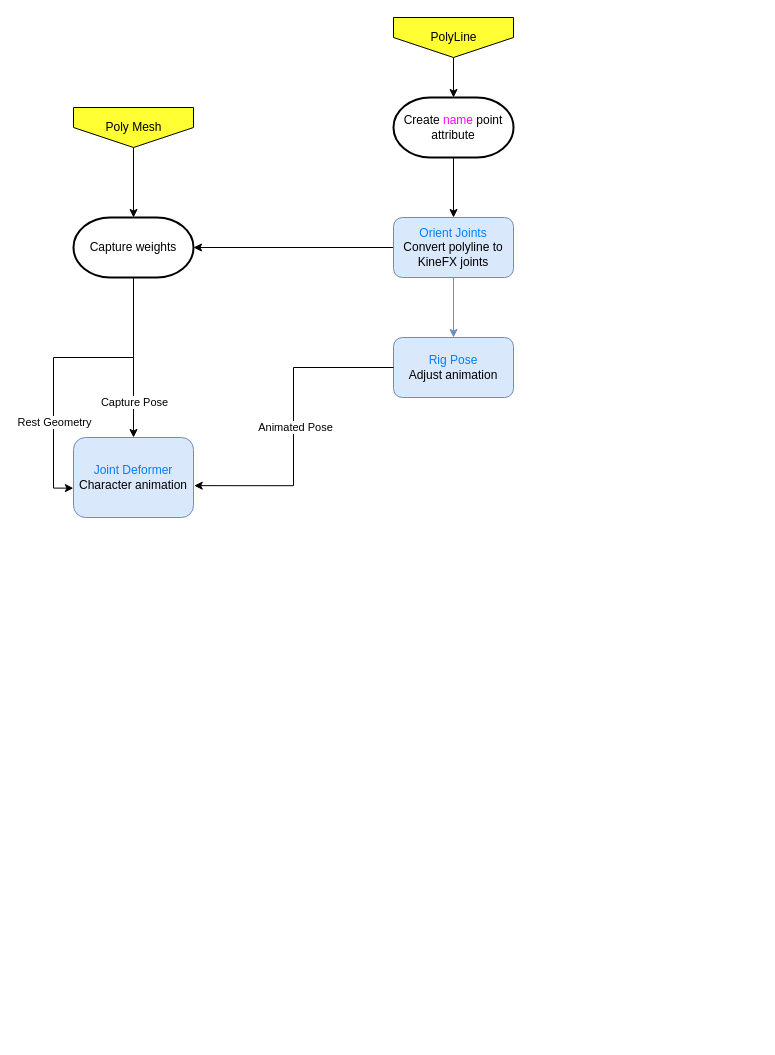
Above: crowd_workflow.drawio in chordee/workflow.note (draw.io), before the change. Source tidied: cells renumbered, new cells numbered last; positions are measured from the earlier drawing's top-left corner, leaving out a move shared by most shapes. Both pictures are drawn from the tidied source at 100%, with x=0, y=0 at pixel (73, 17).
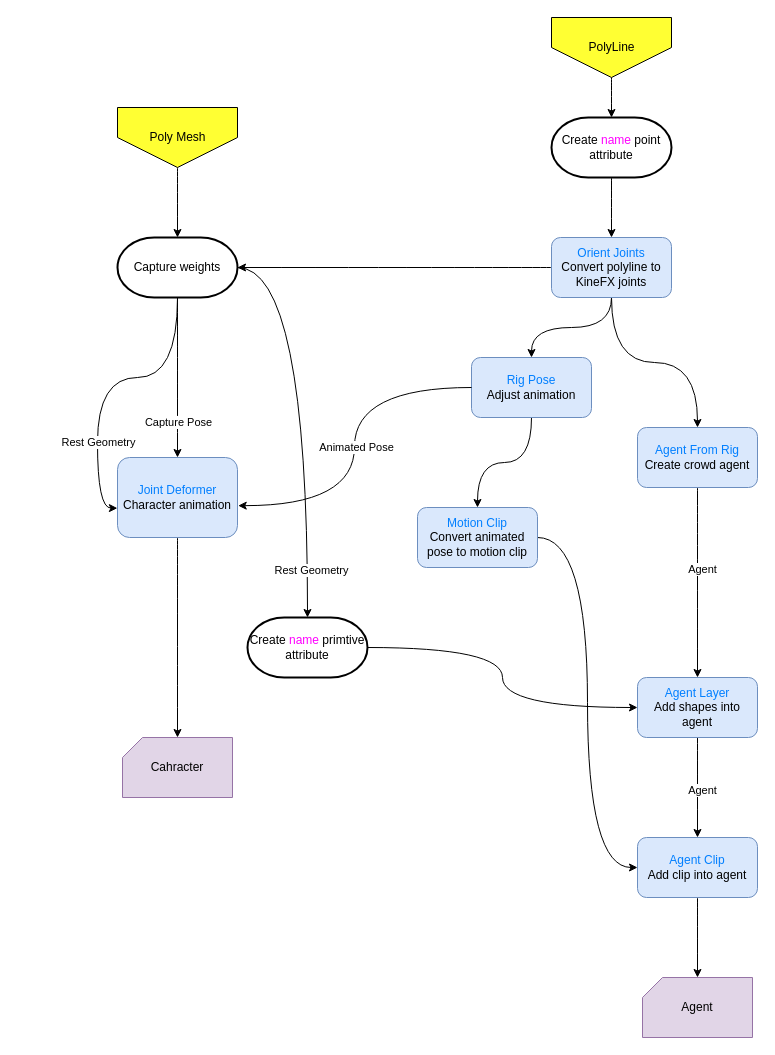
The same diagram, later.

What changed in the source:
```diff
@@
-    <mxCell id="2" style="edgeStyle=orthogonalEdgeStyle;rounded=0;jettySize=auto;html=1;" parent="1" edge="1" source="3" target="5">
+    <mxCell id="2" style="edgeStyle=orthogonalEdgeStyle;rounded=0;jettySize=auto;html=1;curved=1;" parent="1" edge="1" source="3" target="5">
       <mxGeometry relative="1" as="geometry" />
     </mxCell>
     <mxCell id="3" value="PolyLine" style="verticalLabelPosition=middle;verticalAlign=middle;html=1;shape=offPageConnector;rounded=0;size=0.5;labelPosition=center;align=center;labelBackgroundColor=none;fillColor=#FFFF33;" parent="1" vertex="1">
-      <mxGeometry x="320" width="120" height="40" as="geometry" />
+      <mxGeometry x="478" width="120" height="60" as="geometry" />
     </mxCell>
-    <mxCell id="4" style="edgeStyle=orthogonalEdgeStyle;rounded=0;jettySize=auto;html=1;" parent="1" edge="1" source="5" target="8">
+    <mxCell id="4" style="edgeStyle=orthogonalEdgeStyle;rounded=0;jettySize=auto;html=1;curved=1;" parent="1" edge="1" source="5" target="8">
       <mxGeometry relative="1" as="geometry" />
     </mxCell>
     <mxCell id="5" value="Create &lt;font color=&quot;#ff00ff&quot;&gt;name&lt;/font&gt; point attribute" style="strokeWidth=2;html=1;shape=mxgraph.flowchart.terminator;whiteSpace=wrap;" parent="1" vertex="1">
-      <mxGeometry x="320" y="80" width="120" height="60" as="geometry" />
+      <mxGeometry x="478" y="100" width="120" height="60" as="geometry" />
     </mxCell>
-    <mxCell id="6" style="edgeStyle=orthogonalEdgeStyle;rounded=0;jettySize=auto;html=1;fillColor=#dae8fc;strokeColor=#6c8ebf;" parent="1" edge="1" source="8" target="9">
+    <mxCell id="6" style="edgeStyle=orthogonalEdgeStyle;rounded=0;jettySize=auto;html=1;fillColor=#dae8fc;strokeColor=#000000;curved=1;" parent="1" edge="1" source="8" target="9">
       <mxGeometry relative="1" as="geometry" />
     </mxCell>
-    <mxCell id="7" style="edgeStyle=orthogonalEdgeStyle;rounded=0;jettySize=auto;html=1;" parent="1" edge="1" source="8" target="14">
+    <mxCell id="7" style="edgeStyle=orthogonalEdgeStyle;rounded=0;jettySize=auto;html=1;curved=1;" parent="1" edge="1" source="8" target="14">
       <mxGeometry relative="1" as="geometry" />
     </mxCell>
+    <mxCell id="20" style="edgeStyle=orthogonalEdgeStyle;rounded=0;jettySize=auto;html=1;curved=1;" parent="1" edge="1" source="8" target="31">
+      <mxGeometry relative="1" as="geometry" />
+    </mxCell>
     <mxCell id="8" value="&lt;font color=&quot;#007fff&quot;&gt;Orient Joints&lt;/font&gt;&lt;div&gt;Convert polyline to KineFX joints&lt;/div&gt;" style="rounded=1;whiteSpace=wrap;html=1;fillColor=#dae8fc;strokeColor=#6c8ebf;" parent="1" vertex="1">
-      <mxGeometry x="320" y="200" width="120" height="60" as="geometry" />
+      <mxGeometry x="478" y="220" width="120" height="60" as="geometry" />
     </mxCell>
+    <mxCell id="21" style="edgeStyle=orthogonalEdgeStyle;rounded=0;jettySize=auto;html=1;curved=1;" parent="1" edge="1" source="9" target="26">
+      <mxGeometry relative="1" as="geometry" />
+    </mxCell>
     <mxCell id="9" value="&lt;font color=&quot;#007fff&quot;&gt;Rig Pose&lt;/font&gt;&lt;div&gt;Adjust animation&lt;/div&gt;" style="rounded=1;whiteSpace=wrap;html=1;fillColor=#dae8fc;strokeColor=#6c8ebf;" parent="1" vertex="1">
-      <mxGeometry x="320" y="320" width="120" height="60" as="geometry" />
+      <mxGeometry x="398" y="340" width="120" height="60" as="geometry" />
     </mxCell>
-    <mxCell id="10" style="edgeStyle=orthogonalEdgeStyle;rounded=0;jettySize=auto;html=1;" parent="1" edge="1" source="11" target="14">
+    <mxCell id="10" style="edgeStyle=orthogonalEdgeStyle;rounded=0;jettySize=auto;html=1;curved=1;" parent="1" edge="1" source="11" target="14">
       <mxGeometry relative="1" as="geometry" />
     </mxCell>
     <mxCell id="11" value="Poly Mesh" style="verticalLabelPosition=middle;verticalAlign=middle;html=1;shape=offPageConnector;rounded=0;size=0.5;labelPosition=center;align=center;labelBackgroundColor=none;fillColor=#FFFF33;" parent="1" vertex="1">
-      <mxGeometry y="90" width="120" height="40" as="geometry" />
+      <mxGeometry x="44" y="90" width="120" height="60" as="geometry" />
     </mxCell>
-    <mxCell id="12" style="edgeStyle=orthogonalEdgeStyle;rounded=0;jettySize=auto;html=1;" parent="1" edge="1" source="14" target="15">
+    <mxCell id="12" style="edgeStyle=orthogonalEdgeStyle;rounded=0;jettySize=auto;html=1;curved=1;" parent="1" edge="1" source="14" target="15">
       <mxGeometry relative="1" as="geometry" />
     </mxCell>
@@
+    <mxCell id="22" style="edgeStyle=orthogonalEdgeStyle;rounded=0;jettySize=auto;html=1;curved=1;" parent="1" edge="1" source="14" target="28">
+      <mxGeometry relative="1" as="geometry" />
+    </mxCell>
+    <mxCell id="23" value="Rest Geometry" style="edgeLabel;html=1;align=center;verticalAlign=middle;" parent="22" vertex="1">
+      <mxGeometry x="0.77" y="3" relative="1" as="geometry" />
+    </mxCell>
     <mxCell id="14" value="Capture weights" style="strokeWidth=2;html=1;shape=mxgraph.flowchart.terminator;whiteSpace=wrap;" parent="1" vertex="1">
-      <mxGeometry y="200" width="120" height="60" as="geometry" />
+      <mxGeometry x="44" y="220" width="120" height="60" as="geometry" />
     </mxCell>
+    <mxCell id="24" style="edgeStyle=orthogonalEdgeStyle;rounded=0;jettySize=auto;html=1;curved=1;" parent="1" edge="1" source="15" target="38">
+      <mxGeometry relative="1" as="geometry" />
+    </mxCell>
     <mxCell id="15" value="&lt;font color=&quot;#007fff&quot;&gt;Joint Deformer&lt;/font&gt;&lt;div&gt;Character animation&lt;/div&gt;" style="rounded=1;whiteSpace=wrap;html=1;fillColor=#dae8fc;strokeColor=#6c8ebf;" parent="1" vertex="1">
-      <mxGeometry y="420" width="120" height="80" as="geometry" />
+      <mxGeometry x="44" y="440" width="120" height="80" as="geometry" />
     </mxCell>
-    <mxCell id="16" style="edgeStyle=orthogonalEdgeStyle;rounded=0;jettySize=auto;html=1;entryX=-0.001;entryY=0.633;entryDx=0;entryDy=0;entryPerimeter=0;" parent="1" edge="1" source="14" target="15">
+    <mxCell id="16" style="edgeStyle=orthogonalEdgeStyle;rounded=0;jettySize=auto;html=1;entryX=-0.001;entryY=0.633;entryDx=0;entryDy=0;entryPerimeter=0;curved=1;" parent="1" edge="1" source="14" target="15">
       <mxGeometry relative="1" as="geometry" />
     </mxCell>
@@
-    <mxCell id="18" style="edgeStyle=orthogonalEdgeStyle;rounded=0;jettySize=auto;html=1;entryX=1.006;entryY=0.602;entryDx=0;entryDy=0;entryPerimeter=0;" parent="1" edge="1" source="9" target="15">
+    <mxCell id="18" style="edgeStyle=orthogonalEdgeStyle;rounded=0;jettySize=auto;html=1;entryX=1.006;entryY=0.602;entryDx=0;entryDy=0;entryPerimeter=0;curved=1;strokeColor=default;" parent="1" edge="1" source="9" target="15">
       <mxGeometry relative="1" as="geometry" />
     </mxCell>
@@
+    <mxCell id="25" style="edgeStyle=orthogonalEdgeStyle;rounded=0;jettySize=auto;html=1;entryX=0;entryY=0.5;entryDx=0;entryDy=0;curved=1;" parent="1" edge="1" source="26" target="36">
+      <mxGeometry relative="1" as="geometry" />
+    </mxCell>
+    <mxCell id="26" value="&lt;font color=&quot;#007fff&quot;&gt;Motion Clip&lt;/font&gt;&lt;div&gt;Convert animated pose to motion clip&lt;/div&gt;" style="rounded=1;whiteSpace=wrap;html=1;fillColor=#dae8fc;strokeColor=#6c8ebf;" parent="1" vertex="1">
+      <mxGeometry x="344" y="490" width="120" height="60" as="geometry" />
+    </mxCell>
+    <mxCell id="27" style="edgeStyle=orthogonalEdgeStyle;rounded=0;jettySize=auto;html=1;curved=1;" parent="1" edge="1" source="28" target="34">
+      <mxGeometry relative="1" as="geometry" />
+    </mxCell>
+    <mxCell id="28" value="Create &lt;font color=&quot;#ff00ff&quot;&gt;name&lt;/font&gt;&amp;nbsp;primtive attribute" style="strokeWidth=2;html=1;shape=mxgraph.flowchart.terminator;whiteSpace=wrap;" parent="1" vertex="1">
+      <mxGeometry x="174" y="600" width="120" height="60" as="geometry" />
+    </mxCell>
+    <mxCell id="29" style="edgeStyle=orthogonalEdgeStyle;rounded=0;jettySize=auto;html=1;curved=1;" parent="1" edge="1" source="31" target="34">
+      <mxGeometry relative="1" as="geometry" />
+    </mxCell>
+    <mxCell id="30" value="Agent" style="edgeLabel;html=1;align=center;verticalAlign=middle;" parent="29" vertex="1">
+      <mxGeometry x="-0.15" y="4" relative="1" as="geometry" />
+    </mxCell>
+    <mxCell id="31" value="&lt;font color=&quot;#007fff&quot;&gt;Agent From Rig&lt;/font&gt;&lt;div&gt;Create crowd agent&lt;/div&gt;" style="rounded=1;whiteSpace=wrap;html=1;fillColor=#dae8fc;strokeColor=#6c8ebf;" parent="1" vertex="1">
+      <mxGeometry x="564" y="410" width="120" height="60" as="geometry" />
+    </mxCell>
+    <mxCell id="32" style="edgeStyle=orthogonalEdgeStyle;rounded=0;jettySize=auto;html=1;curved=1;" parent="1" edge="1" source="34" target="36">
+      <mxGeometry relative="1" as="geometry" />
+    </mxCell>
+    <mxCell id="33" value="Agent" style="edgeLabel;html=1;align=center;verticalAlign=middle;" parent="32" vertex="1">
+      <mxGeometry x="0.04" y="4" relative="1" as="geometry" />
+    </mxCell>
+    <mxCell id="34" value="&lt;font color=&quot;#007fff&quot;&gt;Agent Layer&lt;/font&gt;&lt;div&gt;Add shapes into agent&lt;/div&gt;" style="rounded=1;whiteSpace=wrap;html=1;fillColor=#dae8fc;strokeColor=#6c8ebf;" parent="1" vertex="1">
+      <mxGeometry x="564" y="660" width="120" height="60" as="geometry" />
+    </mxCell>
+    <mxCell id="35" style="edgeStyle=orthogonalEdgeStyle;rounded=0;jettySize=auto;html=1;curved=1;" parent="1" edge="1" source="36" target="37">
+      <mxGeometry relative="1" as="geometry" />
+    </mxCell>
+    <mxCell id="36" value="&lt;font color=&quot;#007fff&quot;&gt;Agent Clip&lt;/font&gt;&lt;div&gt;Add clip into agent&lt;/div&gt;" style="rounded=1;whiteSpace=wrap;html=1;fillColor=#dae8fc;strokeColor=#6c8ebf;" parent="1" vertex="1">
+      <mxGeometry x="564" y="820" width="120" height="60" as="geometry" />
+    </mxCell>
+    <mxCell id="37" value="Agent" style="verticalLabelPosition=middle;verticalAlign=middle;html=1;shape=card;whiteSpace=wrap;size=20;arcSize=12;labelPosition=center;align=center;fillColor=#e1d5e7;strokeColor=#9673a6;" parent="1" vertex="1">
+      <mxGeometry x="569" y="960" width="110" height="60" as="geometry" />
+    </mxCell>
+    <mxCell id="38" value="Cahracter" style="verticalLabelPosition=middle;verticalAlign=middle;html=1;shape=card;whiteSpace=wrap;size=20;arcSize=12;labelPosition=center;align=center;fillColor=#e1d5e7;strokeColor=#9673a6;" parent="1" vertex="1">
+      <mxGeometry x="49" y="720" width="110" height="60" as="geometry" />
+    </mxCell>
```
